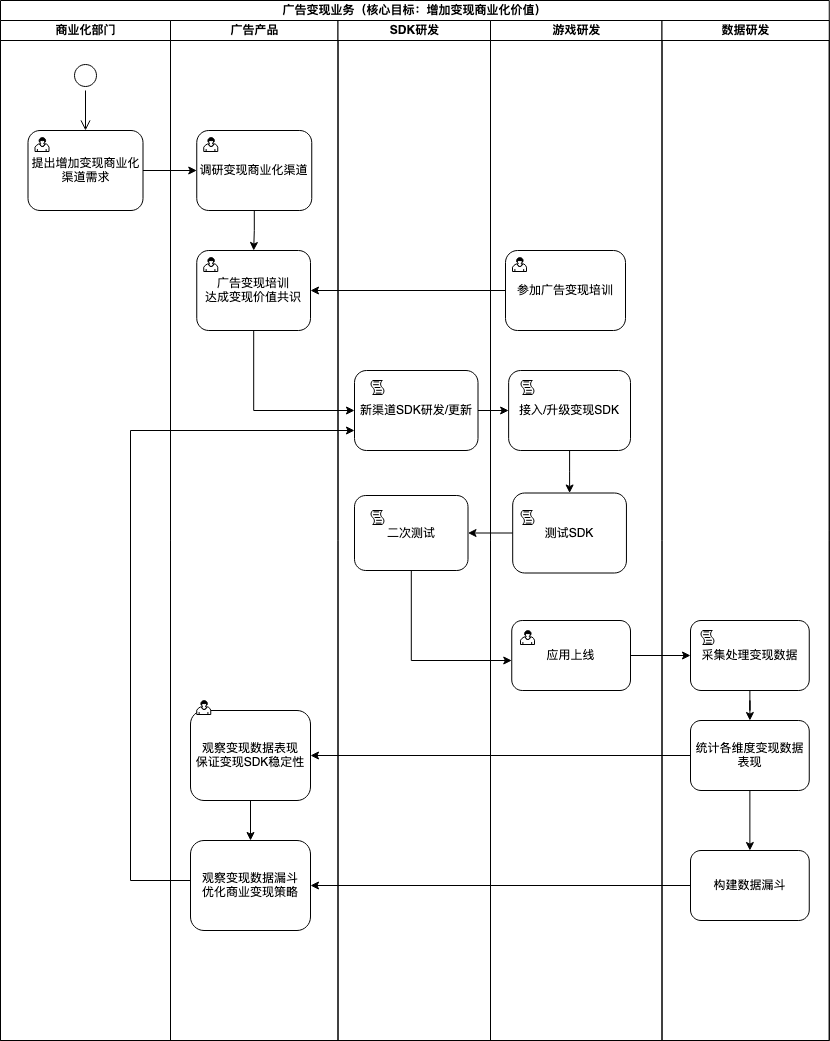
chen-quan-long/hello-world keeps this draw.io diagram as 广告变现业务.png. Above is the earlier version. Source tidied: cells renumbered, new cells last; positions are measured from the earlier drawing's top-left corner, leaving out a move shared by most shapes. The source it was exported from:
```xml
<mxGraphModel>
  <root>
    <mxCell id="0" />
    <mxCell id="1" parent="0" />
    <mxCell id="2" value="广告变现业务（核心目标：增加变现商业化价值）" style="swimlane;html=1;startSize=20;" parent="1" vertex="1">
      <mxGeometry width="828.8" height="1040" as="geometry" />
    </mxCell>
    <mxCell id="3" value="商业化部门" style="swimlane;html=1;startSize=20;" parent="2" vertex="1">
      <mxGeometry y="20" width="170" height="1020" as="geometry" />
    </mxCell>
    <mxCell id="4" value="&lt;div align=&quot;center&quot;&gt;提出增加变现商业化渠道需求&lt;/div&gt;" style="html=1;whiteSpace=wrap;rounded=1;align=center;" parent="3" vertex="1">
      <mxGeometry x="27.5" y="110" width="115" height="80" as="geometry" />
    </mxCell>
    <mxCell id="5" style="html=1;shape=mxgraph.bpmn.user_task;" parent="4" vertex="1">
      <mxGeometry width="14" height="14" relative="1" as="geometry">
        <mxPoint x="7" y="7" as="offset" />
      </mxGeometry>
    </mxCell>
    <mxCell id="6" style="ellipse;html=1;shape=startState;" parent="3" vertex="1">
      <mxGeometry x="70" y="40" width="30" height="30" as="geometry" />
    </mxCell>
    <mxCell id="7" style="edgeStyle=orthogonalEdgeStyle;html=1;verticalAlign=bottom;endArrow=open;endSize=8;" parent="3" edge="1" source="6">
      <mxGeometry relative="1" as="geometry">
        <mxPoint x="85" y="110" as="targetPoint" />
      </mxGeometry>
    </mxCell>
    <mxCell id="8" value="广告产品" style="swimlane;html=1;startSize=20;" parent="2" vertex="1">
      <mxGeometry x="170" y="20" width="167.5" height="1020" as="geometry" />
    </mxCell>
    <mxCell id="9" value="调研变现商业化渠道" style="html=1;whiteSpace=wrap;rounded=1;align=center;" parent="8" vertex="1">
      <mxGeometry x="26.2" y="110" width="115" height="80" as="geometry" />
    </mxCell>
    <mxCell id="10" style="html=1;shape=mxgraph.bpmn.user_task;" parent="9" vertex="1">
      <mxGeometry width="14" height="14" relative="1" as="geometry">
        <mxPoint x="7" y="7" as="offset" />
      </mxGeometry>
    </mxCell>
    <mxCell id="11" value="&lt;div&gt;广告变现培训&lt;/div&gt;&lt;div&gt;达成变现价值共识&lt;/div&gt;" style="html=1;whiteSpace=wrap;rounded=1;align=center;" parent="8" vertex="1">
      <mxGeometry x="26.2" y="230" width="113.8" height="80" as="geometry" />
    </mxCell>
    <mxCell id="12" style="html=1;shape=mxgraph.bpmn.user_task;" parent="11" vertex="1">
      <mxGeometry width="14" height="14" relative="1" as="geometry">
        <mxPoint x="7" y="7" as="offset" />
      </mxGeometry>
    </mxCell>
    <mxCell id="13" style="edgeStyle=orthogonalEdgeStyle;rounded=0;jettySize=auto;html=1;" parent="8" edge="1" source="9" target="11">
      <mxGeometry relative="1" as="geometry" />
    </mxCell>
    <mxCell id="14" value="&lt;div&gt;观察变现数据表现&lt;/div&gt;&lt;div&gt;保证变现SDK稳定性&lt;br&gt;&lt;/div&gt;" style="html=1;whiteSpace=wrap;rounded=1;align=center;" parent="8" vertex="1">
      <mxGeometry x="20" y="690" width="120" height="90" as="geometry" />
    </mxCell>
    <mxCell id="15" style="html=1;shape=mxgraph.bpmn.user_task;" parent="8" vertex="1">
      <mxGeometry x="26.2" y="680" width="14" height="14" as="geometry" />
    </mxCell>
    <mxCell id="16" value="&lt;div&gt;观察变现数据漏斗&lt;/div&gt;&lt;div&gt;优化商业变现策略&lt;br&gt;&lt;/div&gt;" style="html=1;whiteSpace=wrap;rounded=1;align=center;" parent="8" vertex="1">
      <mxGeometry x="20" y="820" width="120" height="90" as="geometry" />
    </mxCell>
    <mxCell id="17" style="edgeStyle=orthogonalEdgeStyle;rounded=0;jettySize=auto;html=1;" parent="8" edge="1" source="14" target="16">
      <mxGeometry relative="1" as="geometry" />
    </mxCell>
    <mxCell id="18" value="SDK研发" style="swimlane;html=1;startSize=20;" parent="2" vertex="1">
      <mxGeometry x="337.5" y="20" width="152.5" height="1020" as="geometry" />
    </mxCell>
    <mxCell id="19" value="新渠道SDK研发/更新" style="html=1;whiteSpace=wrap;rounded=1;align=center;" parent="18" vertex="1">
      <mxGeometry x="16.5" y="350" width="123.5" height="80" as="geometry" />
    </mxCell>
    <mxCell id="20" value="二次测试" style="html=1;whiteSpace=wrap;rounded=1;align=center;" parent="18" vertex="1">
      <mxGeometry x="16.5" y="475" width="113.5" height="75" as="geometry" />
    </mxCell>
    <mxCell id="21" style="shape=mxgraph.bpmn.script_task;html=1;" parent="18" vertex="1">
      <mxGeometry x="32.5" y="490" width="14" height="14" as="geometry" />
    </mxCell>
    <mxCell id="22" style="shape=mxgraph.bpmn.script_task;html=1;" parent="18" vertex="1">
      <mxGeometry x="32.5" y="360" width="14" height="14" as="geometry" />
    </mxCell>
    <mxCell id="23" value="游戏研发" style="swimlane;html=1;startSize=20;" parent="2" vertex="1">
      <mxGeometry x="490" y="20" width="171.5" height="1020" as="geometry" />
    </mxCell>
    <mxCell id="24" value="参加广告变现培训" style="html=1;whiteSpace=wrap;rounded=1;" parent="23" vertex="1">
      <mxGeometry x="15" y="230" width="120" height="80" as="geometry" />
    </mxCell>
    <mxCell id="25" style="html=1;shape=mxgraph.bpmn.user_task;" parent="24" vertex="1">
      <mxGeometry width="14" height="14" relative="1" as="geometry">
        <mxPoint x="7" y="7" as="offset" />
      </mxGeometry>
    </mxCell>
    <mxCell id="26" value="&lt;div align=&quot;center&quot;&gt;接入/升级变现SDK&lt;/div&gt;" style="html=1;whiteSpace=wrap;rounded=1;align=center;" parent="23" vertex="1">
      <mxGeometry x="18.1" y="350" width="121.9" height="80" as="geometry" />
    </mxCell>
    <mxCell id="27" value="测试SDK" style="html=1;whiteSpace=wrap;rounded=1;align=center;" parent="23" vertex="1">
      <mxGeometry x="22.2" y="472.5" width="113.8" height="80" as="geometry" />
    </mxCell>
    <mxCell id="28" style="edgeStyle=orthogonalEdgeStyle;rounded=0;jettySize=auto;html=1;" parent="23" edge="1" source="26" target="27">
      <mxGeometry relative="1" as="geometry" />
    </mxCell>
    <mxCell id="29" value="&lt;div&gt;应用上线&lt;/div&gt;" style="html=1;whiteSpace=wrap;rounded=1;align=center;" parent="23" vertex="1">
      <mxGeometry x="21.2" y="600" width="118.8" height="70" as="geometry" />
    </mxCell>
    <mxCell id="30" style="shape=mxgraph.bpmn.script_task;html=1;" parent="23" vertex="1">
      <mxGeometry x="30" y="490" width="14" height="14" as="geometry" />
    </mxCell>
    <mxCell id="31" style="shape=mxgraph.bpmn.script_task;html=1;" parent="23" vertex="1">
      <mxGeometry x="30" y="360" width="14" height="14" as="geometry" />
    </mxCell>
    <mxCell id="32" style="html=1;shape=mxgraph.bpmn.user_task;" parent="23" vertex="1">
      <mxGeometry x="30" y="610" width="14" height="14" as="geometry" />
    </mxCell>
    <mxCell id="33" value="数据研发" style="swimlane;html=1;startSize=20;" parent="2" vertex="1">
      <mxGeometry x="661.5" y="20" width="167.2" height="1020" as="geometry" />
    </mxCell>
    <mxCell id="34" style="edgeStyle=orthogonalEdgeStyle;rounded=0;jettySize=auto;html=1;exitX=0.5;exitY=1;exitDx=0;exitDy=0;" parent="33" edge="1" source="35" target="37">
      <mxGeometry relative="1" as="geometry" />
    </mxCell>
    <mxCell id="35" value="采集处理变现数据" style="html=1;whiteSpace=wrap;rounded=1;align=center;" parent="33" vertex="1">
      <mxGeometry x="28.5" y="600" width="118.8" height="70" as="geometry" />
    </mxCell>
    <mxCell id="36" style="shape=mxgraph.bpmn.script_task;html=1;" parent="33" vertex="1">
      <mxGeometry x="38.5" y="610" width="14" height="14" as="geometry" />
    </mxCell>
    <mxCell id="37" value="统计各维度变现数据表现" style="html=1;whiteSpace=wrap;rounded=1;align=center;" parent="33" vertex="1">
      <mxGeometry x="28.5" y="700" width="118.8" height="70" as="geometry" />
    </mxCell>
    <mxCell id="38" value="&lt;div&gt;构建数据漏斗&lt;/div&gt;" style="html=1;whiteSpace=wrap;rounded=1;align=center;" parent="33" vertex="1">
      <mxGeometry x="28.5" y="830" width="118.8" height="70" as="geometry" />
    </mxCell>
    <mxCell id="39" style="edgeStyle=orthogonalEdgeStyle;rounded=0;jettySize=auto;html=1;" parent="33" edge="1" source="37" target="38">
      <mxGeometry relative="1" as="geometry" />
    </mxCell>
    <mxCell id="40" style="edgeStyle=orthogonalEdgeStyle;rounded=0;jettySize=auto;html=1;" parent="2" edge="1" source="4" target="9">
      <mxGeometry relative="1" as="geometry" />
    </mxCell>
    <mxCell id="41" style="endArrow=classic;html=1;exitX=0;exitY=0.5;exitDx=0;exitDy=0;entryX=1;entryY=0.5;entryDx=0;entryDy=0;" parent="2" edge="1" source="24" target="11">
      <mxGeometry relative="1" as="geometry" />
    </mxCell>
    <mxCell id="42" style="edgeStyle=orthogonalEdgeStyle;rounded=0;jettySize=auto;html=1;" parent="2" edge="1" source="11" target="19">
      <mxGeometry relative="1" as="geometry">
        <Array as="points">
          <mxPoint x="253" y="410" />
        </Array>
      </mxGeometry>
    </mxCell>
    <mxCell id="43" style="edgeStyle=orthogonalEdgeStyle;rounded=0;jettySize=auto;html=1;" parent="2" edge="1" source="19" target="26">
      <mxGeometry relative="1" as="geometry" />
    </mxCell>
    <mxCell id="44" style="edgeStyle=orthogonalEdgeStyle;rounded=0;jettySize=auto;html=1;" parent="2" edge="1" source="27" target="20">
      <mxGeometry relative="1" as="geometry" />
    </mxCell>
    <mxCell id="45" style="edgeStyle=orthogonalEdgeStyle;rounded=0;jettySize=auto;html=1;" parent="2" edge="1" source="20" target="29">
      <mxGeometry relative="1" as="geometry">
        <Array as="points">
          <mxPoint x="411" y="660" />
        </Array>
      </mxGeometry>
    </mxCell>
    <mxCell id="46" style="edgeStyle=orthogonalEdgeStyle;rounded=0;jettySize=auto;html=1;" parent="2" edge="1" source="29" target="35">
      <mxGeometry relative="1" as="geometry" />
    </mxCell>
    <mxCell id="47" style="edgeStyle=orthogonalEdgeStyle;rounded=0;jettySize=auto;html=1;entryX=0;entryY=0.75;entryDx=0;entryDy=0;exitX=0;exitY=0.5;exitDx=0;exitDy=0;" parent="2" edge="1" source="16" target="19">
      <mxGeometry relative="1" as="geometry">
        <Array as="points">
          <mxPoint x="190" y="880" />
          <mxPoint x="130" y="880" />
          <mxPoint x="130" y="430" />
        </Array>
      </mxGeometry>
    </mxCell>
    <mxCell id="48" style="edgeStyle=orthogonalEdgeStyle;rounded=0;jettySize=auto;html=1;exitX=0;exitY=0.5;exitDx=0;exitDy=0;" parent="2" edge="1" source="37" target="14">
      <mxGeometry relative="1" as="geometry" />
    </mxCell>
    <mxCell id="49" style="edgeStyle=orthogonalEdgeStyle;rounded=0;jettySize=auto;html=1;exitX=0;exitY=0.5;exitDx=0;exitDy=0;" parent="2" edge="1" source="38" target="16">
      <mxGeometry relative="1" as="geometry" />
    </mxCell>
  </root>
</mxGraphModel>
```
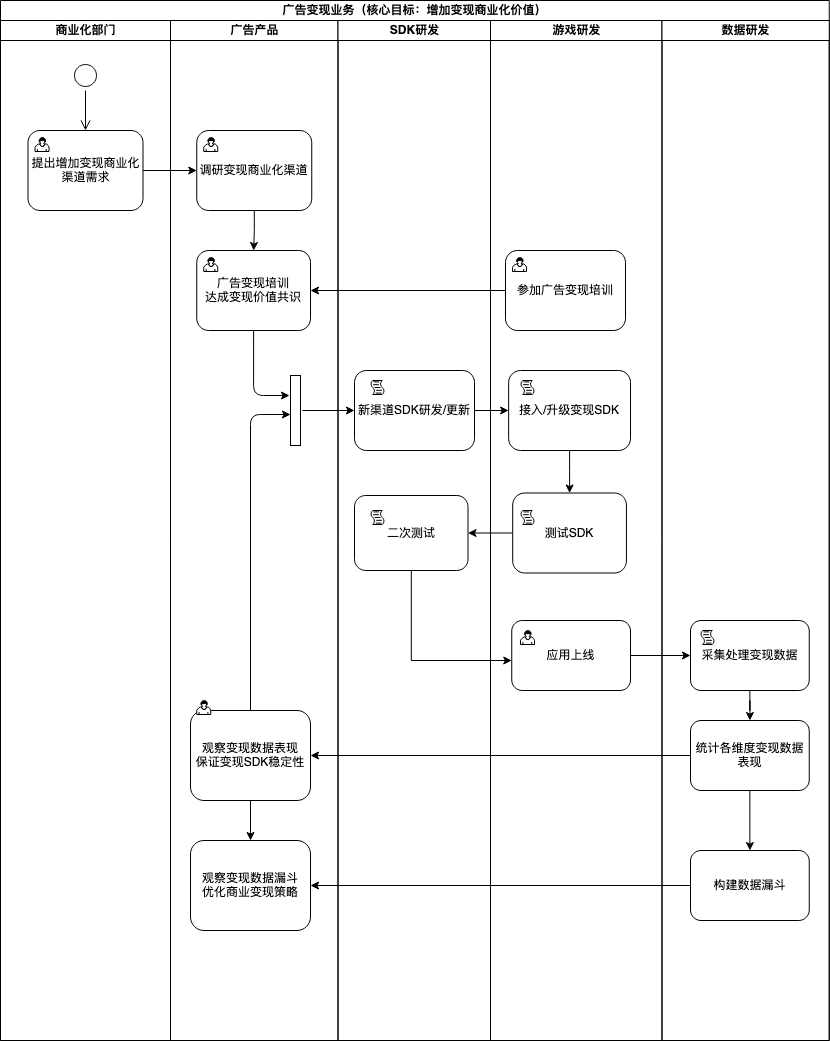
The same diagram one commit later.

Commit message:
更新广告变现业务.png

The edit, as a diff of the source:
```diff
@@ -35,6 +35,9 @@
         <mxPoint x="7" y="7" as="offset" />
       </mxGeometry>
     </mxCell>
+    <mxCell id="50" style="edgeStyle=orthogonalEdgeStyle;curved=0;rounded=1;sketch=0;jettySize=auto;html=1;exitX=0.5;exitY=1;exitDx=0;exitDy=0;entryX=1.1;entryY=0.714;entryDx=0;entryDy=0;entryPerimeter=0;" parent="8" edge="1" source="11" target="52">
+      <mxGeometry relative="1" as="geometry" />
+    </mxCell>
     <mxCell id="11" value="&lt;div&gt;广告变现培训&lt;/div&gt;&lt;div&gt;达成变现价值共识&lt;/div&gt;" style="html=1;whiteSpace=wrap;rounded=1;align=center;" parent="8" vertex="1">
       <mxGeometry x="26.2" y="230" width="113.8" height="80" as="geometry" />
     </mxCell>
@@ -46,6 +49,9 @@
     <mxCell id="13" style="edgeStyle=orthogonalEdgeStyle;rounded=0;jettySize=auto;html=1;" parent="8" edge="1" source="9" target="11">
       <mxGeometry relative="1" as="geometry" />
     </mxCell>
+    <mxCell id="51" style="edgeStyle=orthogonalEdgeStyle;curved=0;rounded=1;sketch=0;jettySize=auto;html=1;exitX=0.5;exitY=0;exitDx=0;exitDy=0;entryX=1;entryY=0.443;entryDx=0;entryDy=0;entryPerimeter=0;" parent="8" edge="1" source="14" target="52">
+      <mxGeometry relative="1" as="geometry" />
+    </mxCell>
     <mxCell id="14" value="&lt;div&gt;观察变现数据表现&lt;/div&gt;&lt;div&gt;保证变现SDK稳定性&lt;br&gt;&lt;/div&gt;" style="html=1;whiteSpace=wrap;rounded=1;align=center;" parent="8" vertex="1">
       <mxGeometry x="20" y="690" width="120" height="90" as="geometry" />
     </mxCell>
@@ -58,11 +64,14 @@
     <mxCell id="17" style="edgeStyle=orthogonalEdgeStyle;rounded=0;jettySize=auto;html=1;" parent="8" edge="1" source="14" target="16">
       <mxGeometry relative="1" as="geometry" />
     </mxCell>
+    <mxCell id="52" style="html=1;points=[];perimeter=orthogonalPerimeter;rounded=0;sketch=0;direction=west;" parent="8" vertex="1">
+      <mxGeometry x="120" y="355" width="10" height="70" as="geometry" />
+    </mxCell>
     <mxCell id="18" value="SDK研发" style="swimlane;html=1;startSize=20;" parent="2" vertex="1">
       <mxGeometry x="337.5" y="20" width="152.5" height="1020" as="geometry" />
     </mxCell>
     <mxCell id="19" value="新渠道SDK研发/更新" style="html=1;whiteSpace=wrap;rounded=1;align=center;" parent="18" vertex="1">
-      <mxGeometry x="16.5" y="350" width="123.5" height="80" as="geometry" />
+      <mxGeometry x="16.5" y="350" width="120" height="80" as="geometry" />
     </mxCell>
     <mxCell id="20" value="二次测试" style="html=1;whiteSpace=wrap;rounded=1;align=center;" parent="18" vertex="1">
       <mxGeometry x="16.5" y="475" width="113.5" height="75" as="geometry" />
@@ -132,13 +141,6 @@
     <mxCell id="41" style="endArrow=classic;html=1;exitX=0;exitY=0.5;exitDx=0;exitDy=0;entryX=1;entryY=0.5;entryDx=0;entryDy=0;" parent="2" edge="1" source="24" target="11">
       <mxGeometry relative="1" as="geometry" />
     </mxCell>
-    <mxCell id="42" style="edgeStyle=orthogonalEdgeStyle;rounded=0;jettySize=auto;html=1;" parent="2" edge="1" source="11" target="19">
-      <mxGeometry relative="1" as="geometry">
-        <Array as="points">
-          <mxPoint x="253" y="410" />
-        </Array>
-      </mxGeometry>
-    </mxCell>
     <mxCell id="43" style="edgeStyle=orthogonalEdgeStyle;rounded=0;jettySize=auto;html=1;" parent="2" edge="1" source="19" target="26">
       <mxGeometry relative="1" as="geometry" />
     </mxCell>
@@ -155,20 +157,16 @@
     <mxCell id="46" style="edgeStyle=orthogonalEdgeStyle;rounded=0;jettySize=auto;html=1;" parent="2" edge="1" source="29" target="35">
       <mxGeometry relative="1" as="geometry" />
     </mxCell>
-    <mxCell id="47" style="edgeStyle=orthogonalEdgeStyle;rounded=0;jettySize=auto;html=1;entryX=0;entryY=0.75;entryDx=0;entryDy=0;exitX=0;exitY=0.5;exitDx=0;exitDy=0;" parent="2" edge="1" source="16" target="19">
-      <mxGeometry relative="1" as="geometry">
-        <Array as="points">
-          <mxPoint x="190" y="880" />
-          <mxPoint x="130" y="880" />
-          <mxPoint x="130" y="430" />
-        </Array>
-      </mxGeometry>
-    </mxCell>
     <mxCell id="48" style="edgeStyle=orthogonalEdgeStyle;rounded=0;jettySize=auto;html=1;exitX=0;exitY=0.5;exitDx=0;exitDy=0;" parent="2" edge="1" source="37" target="14">
       <mxGeometry relative="1" as="geometry" />
     </mxCell>
     <mxCell id="49" style="edgeStyle=orthogonalEdgeStyle;rounded=0;jettySize=auto;html=1;exitX=0;exitY=0.5;exitDx=0;exitDy=0;" parent="2" edge="1" source="38" target="16">
       <mxGeometry relative="1" as="geometry" />
     </mxCell>
+    <mxCell id="53" style="endArrow=classic;html=1;entryX=0;entryY=0.5;entryDx=0;entryDy=0;" parent="2" edge="1" target="19">
+      <mxGeometry relative="1" as="geometry">
+        <mxPoint x="302" y="410" as="sourcePoint" />
+      </mxGeometry>
+    </mxCell>
   </root>
 </mxGraphModel>
```
